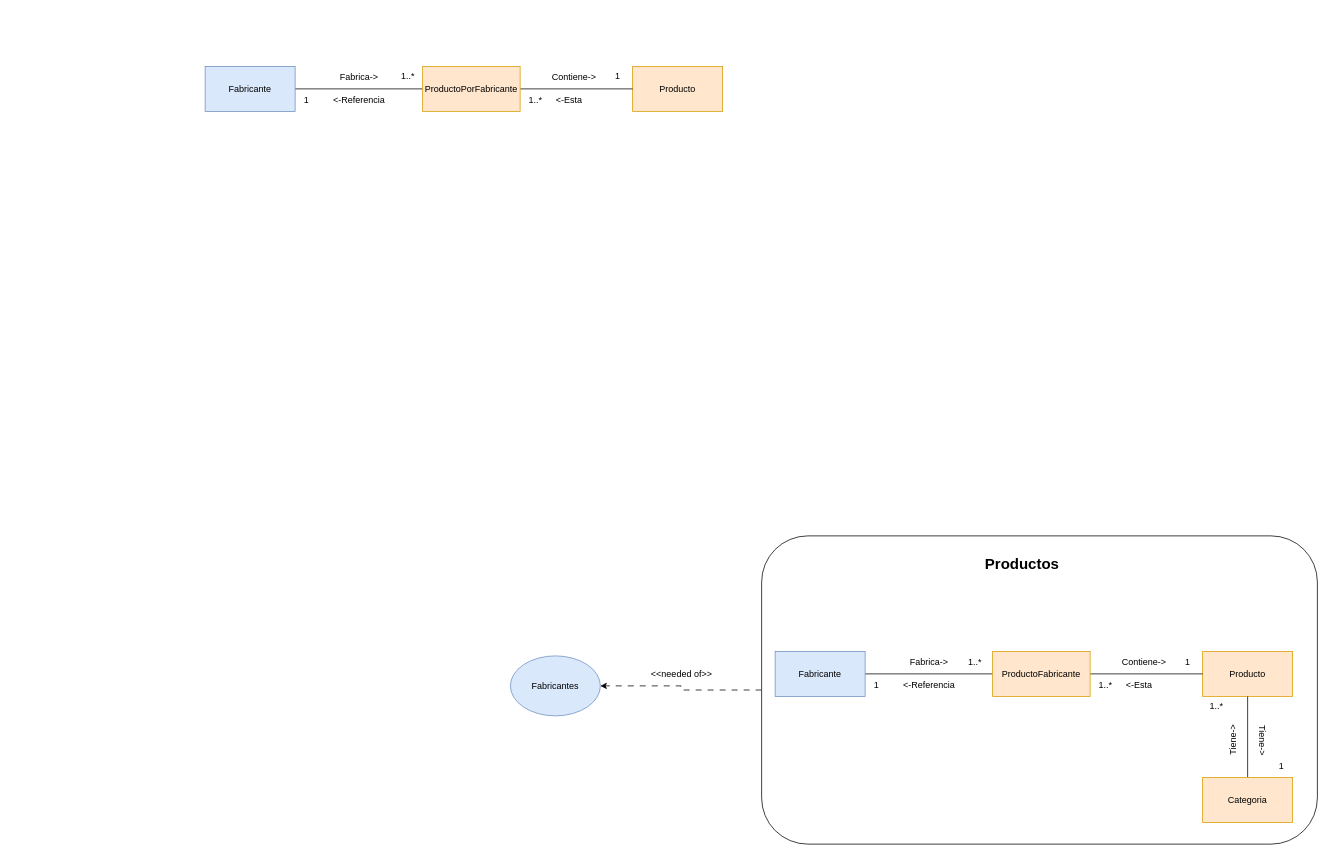
Above: page "4.2 Productos-ModeloDominioAcotado" (5 of 16) of SpaOnline/ModeloDominioSpa.drawio in cristianospina/DOO (draw.io), before the change. Source tidied: cells renumbered, new cells numbered last; positions are measured from the earlier drawing's top-left corner, leaving out a move shared by most shapes. Both pictures are drawn from the tidied source at 75%, with x=0, y=0 at pixel (205, 64).
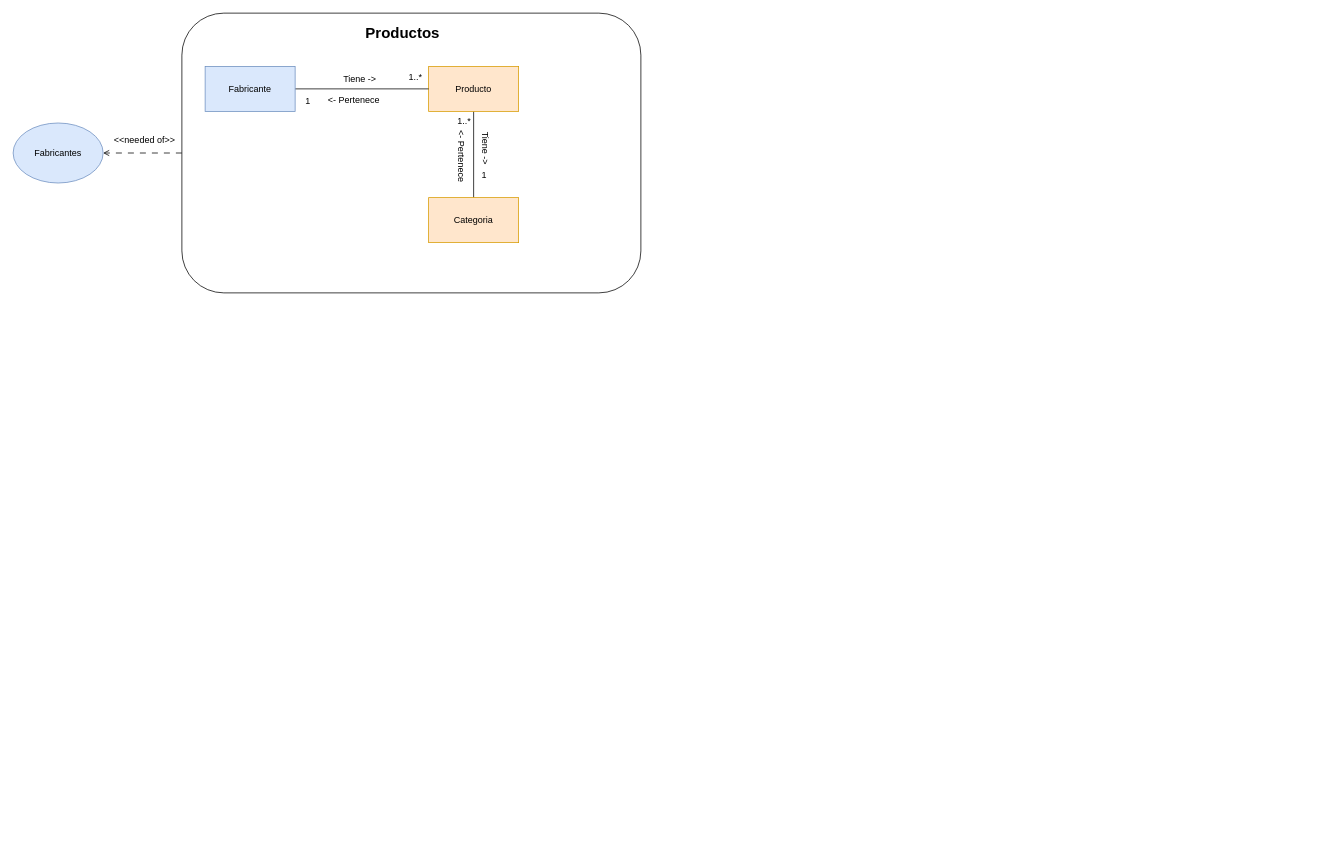
The same page after the edit.

Change to the diagram source:
```diff
@@
-    <mxCell id="2" style="edgeStyle=orthogonalEdgeStyle;rounded=0;jettySize=auto;html=1;entryX=1;entryY=0.5;entryDx=0;entryDy=0;dashed=1;dashPattern=8 8;" parent="1" edge="1" source="3" target="16">
-      <mxGeometry relative="1" as="geometry" />
-    </mxCell>
-    <mxCell id="3" style="rounded=1;whiteSpace=wrap;html=1;" parent="1" vertex="1">
-      <mxGeometry x="742" y="628" width="741" height="411" as="geometry" />
-    </mxCell>
+    <mxCell id="39" style="edgeStyle=orthogonalEdgeStyle;rounded=0;jettySize=auto;html=1;endArrow=open;endFill=0;dashed=1;dashPattern=8 8;" parent="1" edge="1" source="40" target="16">
+      <mxGeometry relative="1" as="geometry" />
+    </mxCell>
+    <mxCell id="40" style="rounded=1;whiteSpace=wrap;html=1;" parent="1" vertex="1">
+      <mxGeometry x="-31" y="-69" width="612" height="373" as="geometry" />
+    </mxCell>
     <mxCell id="4" value="&lt;b&gt;&lt;font style=&quot;font-size: 20px;&quot;&gt;Productos&lt;/font&gt;&lt;/b&gt;" style="text;html=1;align=center;verticalAlign=middle;strokeColor=none;fillColor=none;" parent="1" vertex="1">
-      <mxGeometry x="1029" y="644" width="120" height="40" as="geometry" />
+      <mxGeometry x="203" y="-63" width="120" height="40" as="geometry" />
     </mxCell>
-    <mxCell id="5" value="Producto" style="rounded=0;whiteSpace=wrap;html=1;fillColor=#ffe6cc;strokeColor=#d79b00;" parent="1" vertex="1">
-      <mxGeometry x="1330" y="782" width="120" height="60" as="geometry" />
-    </mxCell>
-    <mxCell id="6" style="edgeStyle=orthogonalEdgeStyle;rounded=0;jettySize=auto;html=1;endArrow=none;endFill=0;" parent="1" edge="1" source="8" target="9">
-      <mxGeometry relative="1" as="geometry" />
-    </mxCell>
-    <mxCell id="7" style="edgeStyle=orthogonalEdgeStyle;rounded=0;jettySize=auto;html=1;entryX=0;entryY=0.5;entryDx=0;entryDy=0;endArrow=none;endFill=0;" parent="1" edge="1" source="8" target="5">
-      <mxGeometry relative="1" as="geometry" />
-    </mxCell>
-    <mxCell id="8" value="ProductoFabricante" style="rounded=0;whiteSpace=wrap;html=1;fillColor=#ffe6cc;strokeColor=#d79b00;" parent="1" vertex="1">
-      <mxGeometry x="1050" y="782" width="130" height="60" as="geometry" />
-    </mxCell>
-    <mxCell id="9" value="Fabricante" style="rounded=0;whiteSpace=wrap;html=1;fillColor=#dae8fc;strokeColor=#6c8ebf;" parent="1" vertex="1">
-      <mxGeometry x="760" y="782" width="120" height="60" as="geometry" />
-    </mxCell>
-    <mxCell id="10" value="&amp;lt;-Referencia" style="text;html=1;align=center;verticalAlign=middle;fillColor=none;" parent="1" vertex="1">
-      <mxGeometry x="920" y="812" width="90" height="30" as="geometry" />
-    </mxCell>
-    <mxCell id="11" value="1" style="text;html=1;align=center;verticalAlign=middle;strokeColor=none;fillColor=none;" parent="1" vertex="1">
-      <mxGeometry x="880" y="812" width="30" height="30" as="geometry" />
-    </mxCell>
-    <mxCell id="12" value="Fabrica-&amp;gt;" style="text;html=1;align=center;verticalAlign=middle;fillColor=none;" parent="1" vertex="1">
-      <mxGeometry x="930" y="782" width="70" height="30" as="geometry" />
-    </mxCell>
-    <mxCell id="13" value="&amp;nbsp;Contiene-&amp;gt;" style="text;html=1;align=center;verticalAlign=middle;fillColor=none;" parent="1" vertex="1">
-      <mxGeometry x="1205" y="782" width="90" height="30" as="geometry" />
-    </mxCell>
-    <mxCell id="14" value="&amp;lt;-Esta" style="text;html=1;align=center;verticalAlign=middle;fillColor=none;" parent="1" vertex="1">
-      <mxGeometry x="1215" y="812" width="60" height="30" as="geometry" />
-    </mxCell>
-    <mxCell id="15" value="1..*" style="text;html=1;align=center;verticalAlign=middle;strokeColor=none;fillColor=none;" parent="1" vertex="1">
-      <mxGeometry x="1180" y="812" width="40" height="30" as="geometry" />
-    </mxCell>
+    <mxCell id="41" style="edgeStyle=orthogonalEdgeStyle;rounded=0;jettySize=auto;html=1;endArrow=none;endFill=0;" parent="1" edge="1" source="26" target="19">
+      <mxGeometry relative="1" as="geometry" />
+    </mxCell>
+    <mxCell id="26" value="Producto" style="rounded=0;whiteSpace=wrap;html=1;fillColor=#ffe6cc;strokeColor=#d79b00;" parent="1" vertex="1">
+      <mxGeometry x="298" y="2" width="120" height="60" as="geometry" />
+    </mxCell>
+    <mxCell id="27" style="edgeStyle=orthogonalEdgeStyle;rounded=0;jettySize=auto;html=1;endArrow=none;endFill=0;" parent="1" edge="1" source="26" target="30">
+      <mxGeometry relative="1" as="geometry" />
+    </mxCell>
+    <mxCell id="30" value="Fabricante" style="rounded=0;whiteSpace=wrap;html=1;fillColor=#dae8fc;strokeColor=#6c8ebf;" parent="1" vertex="1">
+      <mxGeometry y="2" width="120" height="60" as="geometry" />
+    </mxCell>
+    <mxCell id="19" value="Categoria" style="rounded=0;whiteSpace=wrap;html=1;fillColor=#ffe6cc;strokeColor=#d79b00;" parent="1" vertex="1">
+      <mxGeometry x="298" y="177" width="120" height="60" as="geometry" />
+    </mxCell>
+    <mxCell id="42" value="&amp;lt;- Pertenece" style="text;html=1;align=center;verticalAlign=middle;strokeColor=none;fillColor=none;" parent="1" vertex="1">
+      <mxGeometry x="154" y="34" width="87" height="26" as="geometry" />
+    </mxCell>
+    <mxCell id="43" value="Tiene -&amp;gt;" style="text;html=1;align=center;verticalAlign=middle;strokeColor=none;fillColor=none;" parent="1" vertex="1">
+      <mxGeometry x="175" y="6" width="62" height="26" as="geometry" />
+    </mxCell>
+    <mxCell id="44" value="1..*" style="text;html=1;align=center;verticalAlign=middle;strokeColor=none;fillColor=none;" parent="1" vertex="1">
+      <mxGeometry x="262" y="4" width="36" height="26" as="geometry" />
+    </mxCell>
+    <mxCell id="45" value="1" style="text;html=1;align=center;verticalAlign=middle;strokeColor=none;fillColor=none;" parent="1" vertex="1">
+      <mxGeometry x="124" y="36" width="25" height="26" as="geometry" />
+    </mxCell>
+    <mxCell id="46" value="&amp;lt;- Pertenece" style="text;html=1;align=center;verticalAlign=middle;strokeColor=none;fillColor=none;rotation=90;" parent="1" vertex="1">
+      <mxGeometry x="298" y="108" width="87" height="26" as="geometry" />
+    </mxCell>
+    <mxCell id="47" value="Tiene -&amp;gt;" style="text;html=1;align=center;verticalAlign=middle;strokeColor=none;fillColor=none;rotation=90;" parent="1" vertex="1">
+      <mxGeometry x="343" y="98" width="62" height="26" as="geometry" />
+    </mxCell>
+    <mxCell id="48" value="1" style="text;html=1;align=center;verticalAlign=middle;strokeColor=none;fillColor=none;" parent="1" vertex="1">
+      <mxGeometry x="359" y="134" width="25" height="26" as="geometry" />
+    </mxCell>
+    <mxCell id="49" value="1..*" style="text;html=1;align=center;verticalAlign=middle;strokeColor=none;fillColor=none;" parent="1" vertex="1">
+      <mxGeometry x="327" y="62" width="36" height="26" as="geometry" />
+    </mxCell>
     <mxCell id="16" value="Fabricantes" style="ellipse;whiteSpace=wrap;html=1;fillColor=#dae8fc;strokeColor=#6c8ebf;" parent="1" vertex="1">
-      <mxGeometry x="407" y="788" width="120" height="80" as="geometry" />
+      <mxGeometry x="-256" y="77.5" width="120" height="80" as="geometry" />
     </mxCell>
     <mxCell id="17" value="&amp;lt;&amp;lt;needed of&amp;gt;&amp;gt;" style="text;html=1;align=center;verticalAlign=middle;strokeColor=none;fillColor=none;" parent="1" vertex="1">
-      <mxGeometry x="585" y="797" width="100" height="30" as="geometry" />
+      <mxGeometry x="-131" y="85" width="100" height="30" as="geometry" />
     </mxCell>
-    <mxCell id="18" style="edgeStyle=orthogonalEdgeStyle;rounded=0;jettySize=auto;html=1;endArrow=none;endFill=0;" parent="1" edge="1" source="19" target="5">
-      <mxGeometry relative="1" as="geometry" />
-    </mxCell>
-    <mxCell id="19" value="Categoria" style="rounded=0;whiteSpace=wrap;html=1;fillColor=#ffe6cc;strokeColor=#d79b00;" parent="1" vertex="1">
-      <mxGeometry x="1330" y="950" width="120" height="60" as="geometry" />
-    </mxCell>
-    <mxCell id="20" value="Tiene-&amp;gt;" style="text;html=1;align=center;verticalAlign=middle;strokeColor=none;fillColor=none;rotation=-90;" parent="1" vertex="1">
-      <mxGeometry x="1342" y="888" width="59" height="26" as="geometry" />
-    </mxCell>
-    <mxCell id="21" value="Tiene-&amp;gt;" style="text;html=1;align=center;verticalAlign=middle;strokeColor=none;fillColor=none;rotation=90;" parent="1" vertex="1">
-      <mxGeometry x="1380" y="887" width="59" height="26" as="geometry" />
-    </mxCell>
-    <mxCell id="22" value="1" style="text;html=1;align=center;verticalAlign=middle;strokeColor=none;fillColor=none;" parent="1" vertex="1">
-      <mxGeometry x="1422" y="922" width="25" height="26" as="geometry" />
-    </mxCell>
-    <mxCell id="23" value="1..*" style="text;html=1;align=center;verticalAlign=middle;strokeColor=none;fillColor=none;" parent="1" vertex="1">
-      <mxGeometry x="1330" y="842" width="36" height="26" as="geometry" />
-    </mxCell>
-    <mxCell id="24" value="1" style="text;html=1;align=center;verticalAlign=middle;fillColor=none;" parent="1" vertex="1">
-      <mxGeometry x="1295" y="782" width="30" height="30" as="geometry" />
-    </mxCell>
-    <mxCell id="25" value="1..*" style="text;html=1;align=center;verticalAlign=middle;strokeColor=none;fillColor=none;" parent="1" vertex="1">
-      <mxGeometry x="1006" y="782" width="40" height="30" as="geometry" />
-    </mxCell>
-    <mxCell id="26" value="Producto" style="rounded=0;whiteSpace=wrap;html=1;fillColor=#ffe6cc;strokeColor=#d79b00;" parent="1" vertex="1">
-      <mxGeometry x="570" y="2" width="120" height="60" as="geometry" />
-    </mxCell>
-    <mxCell id="27" style="edgeStyle=orthogonalEdgeStyle;rounded=0;jettySize=auto;html=1;endArrow=none;endFill=0;" parent="1" edge="1" source="29" target="30">
-      <mxGeometry relative="1" as="geometry" />
-    </mxCell>
-    <mxCell id="28" style="edgeStyle=orthogonalEdgeStyle;rounded=0;jettySize=auto;html=1;entryX=0;entryY=0.5;entryDx=0;entryDy=0;endArrow=none;endFill=0;" parent="1" edge="1" source="29" target="26">
-      <mxGeometry relative="1" as="geometry" />
-    </mxCell>
-    <mxCell id="29" value="ProductoPorFabricante" style="rounded=0;whiteSpace=wrap;html=1;fillColor=#ffe6cc;strokeColor=#d79b00;" parent="1" vertex="1">
-      <mxGeometry x="290" y="2" width="130" height="60" as="geometry" />
-    </mxCell>
-    <mxCell id="30" value="Fabricante" style="rounded=0;whiteSpace=wrap;html=1;fillColor=#dae8fc;strokeColor=#6c8ebf;" parent="1" vertex="1">
-      <mxGeometry y="2" width="120" height="60" as="geometry" />
-    </mxCell>
-    <mxCell id="31" value="&amp;lt;-Referencia" style="text;html=1;align=center;verticalAlign=middle;fillColor=none;" parent="1" vertex="1">
-      <mxGeometry x="160" y="32" width="90" height="30" as="geometry" />
-    </mxCell>
-    <mxCell id="32" value="1" style="text;html=1;align=center;verticalAlign=middle;strokeColor=none;fillColor=none;" parent="1" vertex="1">
-      <mxGeometry x="120" y="32" width="30" height="30" as="geometry" />
-    </mxCell>
-    <mxCell id="33" value="Fabrica-&amp;gt;" style="text;html=1;align=center;verticalAlign=middle;fillColor=none;" parent="1" vertex="1">
-      <mxGeometry x="170" y="2" width="70" height="30" as="geometry" />
-    </mxCell>
-    <mxCell id="34" value="1..*" style="text;html=1;align=center;verticalAlign=middle;strokeColor=none;fillColor=none;" parent="1" vertex="1">
-      <mxGeometry x="250" width="40" height="30" as="geometry" />
-    </mxCell>
-    <mxCell id="35" value="&amp;nbsp;Contiene-&amp;gt;" style="text;html=1;align=center;verticalAlign=middle;fillColor=none;" parent="1" vertex="1">
-      <mxGeometry x="445" y="2" width="90" height="30" as="geometry" />
-    </mxCell>
-    <mxCell id="36" value="1" style="text;html=1;align=center;verticalAlign=middle;strokeColor=none;fillColor=none;" parent="1" vertex="1">
-      <mxGeometry x="535" width="30" height="30" as="geometry" />
-    </mxCell>
-    <mxCell id="37" value="&amp;lt;-Esta" style="text;html=1;align=center;verticalAlign=middle;fillColor=none;" parent="1" vertex="1">
-      <mxGeometry x="455" y="32" width="60" height="30" as="geometry" />
-    </mxCell>
-    <mxCell id="38" value="1..*" style="text;html=1;align=center;verticalAlign=middle;strokeColor=none;fillColor=none;" parent="1" vertex="1">
-      <mxGeometry x="420" y="32" width="40" height="30" as="geometry" />
-    </mxCell>
```
